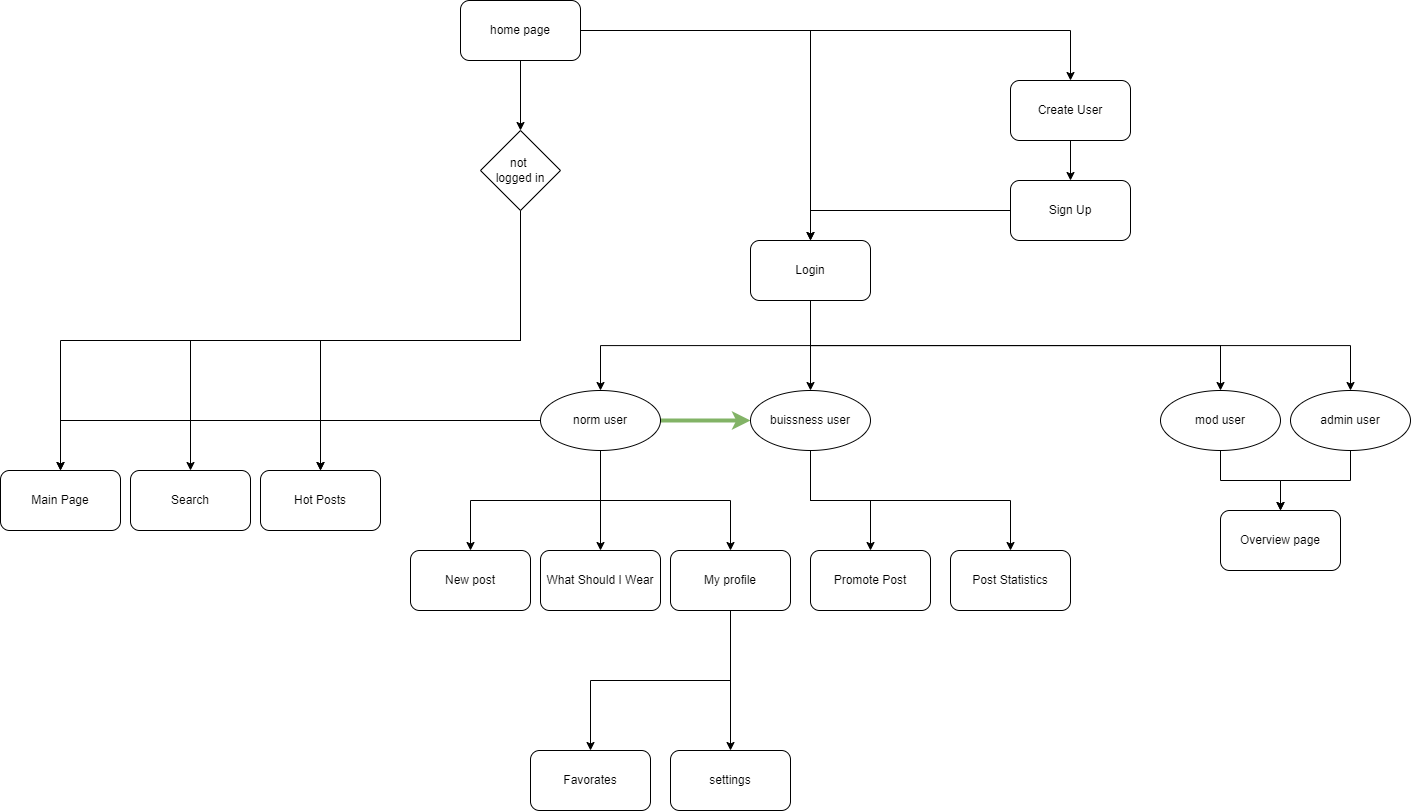
Before: Flow chart.drawio.png, a diagram exported from draw.io (Vefthrounn-Verkefni/verkefna-repo). Source tidied: cells renumbered, new cells last; positions are measured from the earlier drawing's top-left corner, leaving out a move shared by most shapes.
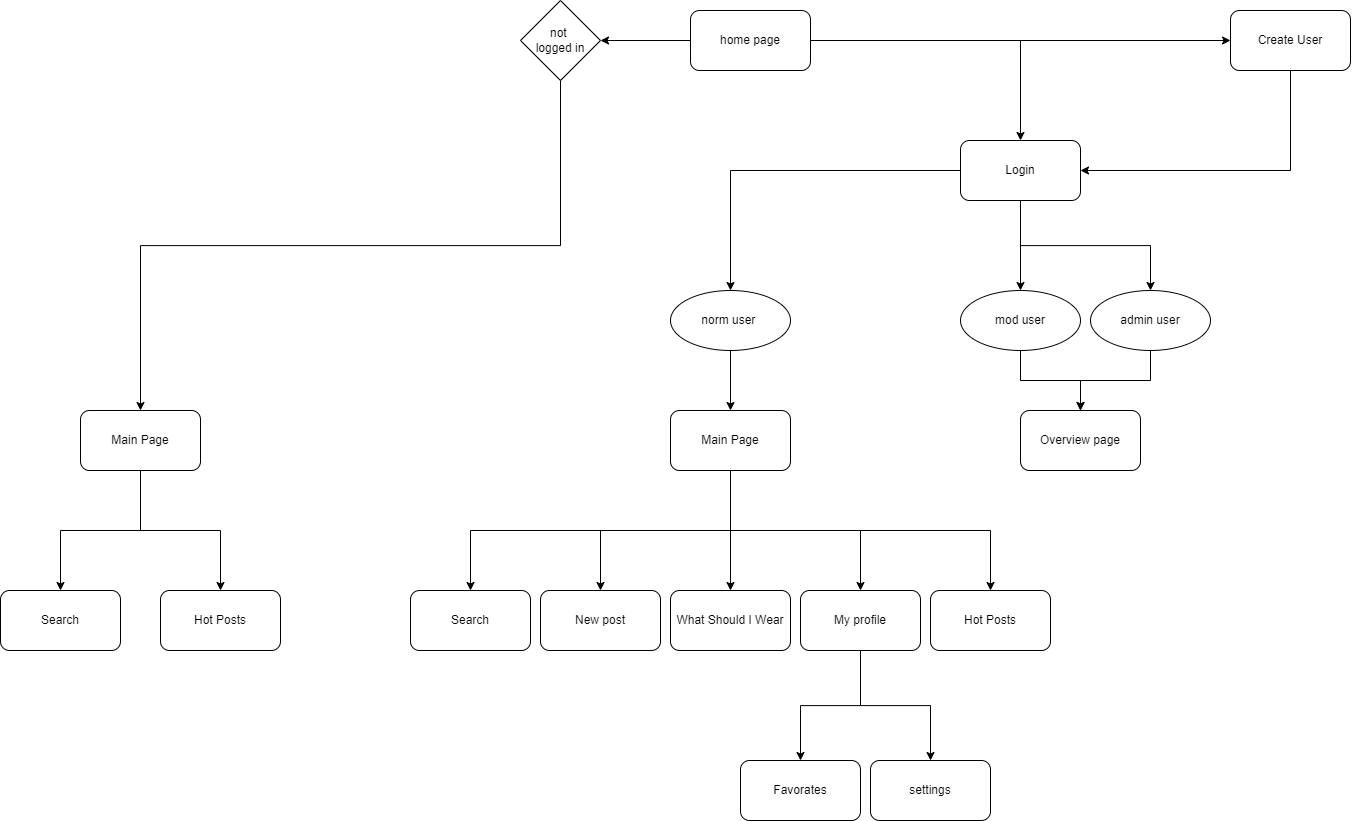
Later version of the same file.

Change to the diagram source:
```diff
@@ -5,101 +5,77 @@
     <mxCell id="2" style="edgeStyle=orthogonalEdgeStyle;rounded=0;jettySize=auto;html=1;exitX=0.5;exitY=1;exitDx=0;exitDy=0;" parent="1" edge="1" source="6" target="17">
       <mxGeometry relative="1" as="geometry" />
     </mxCell>
+    <mxCell id="5" style="edgeStyle=orthogonalEdgeStyle;rounded=0;jettySize=auto;html=1;exitX=0.5;exitY=1;exitDx=0;exitDy=0;" parent="1" edge="1" source="6" target="15">
+      <mxGeometry relative="1" as="geometry" />
+    </mxCell>
-    <mxCell id="3" style="edgeStyle=orthogonalEdgeStyle;rounded=0;jettySize=auto;html=1;exitX=0.5;exitY=1;exitDx=0;exitDy=0;entryX=0.5;entryY=0;entryDx=0;entryDy=0;" parent="1" edge="1" source="6" target="13">
+    <mxCell id="3" style="edgeStyle=orthogonalEdgeStyle;rounded=0;jettySize=auto;html=1;exitX=0;exitY=0.5;exitDx=0;exitDy=0;" parent="1" edge="1" source="6" target="13">
       <mxGeometry relative="1" as="geometry" />
     </mxCell>
-    <mxCell id="4" style="edgeStyle=orthogonalEdgeStyle;rounded=0;jettySize=auto;html=1;exitX=0.5;exitY=1;exitDx=0;exitDy=0;" parent="1" edge="1" source="6" target="40">
-      <mxGeometry relative="1" as="geometry" />
-    </mxCell>
-    <mxCell id="5" style="edgeStyle=orthogonalEdgeStyle;rounded=0;jettySize=auto;html=1;exitX=0.5;exitY=1;exitDx=0;exitDy=0;" parent="1" edge="1" source="6" target="15">
-      <mxGeometry relative="1" as="geometry" />
-    </mxCell>
     <mxCell id="6" value="Login" style="rounded=1;whiteSpace=wrap;html=1;" parent="1" vertex="1">
-      <mxGeometry x="750" y="240" width="120" height="60" as="geometry" />
+      <mxGeometry x="730" y="130" width="120" height="60" as="geometry" />
     </mxCell>
-    <mxCell id="7" style="edgeStyle=orthogonalEdgeStyle;rounded=0;jettySize=auto;html=1;exitX=0;exitY=0.5;exitDx=0;exitDy=0;entryX=0.5;entryY=0;entryDx=0;entryDy=0;" parent="1" edge="1" source="13" target="28">
-      <mxGeometry relative="1" as="geometry" />
-    </mxCell>
-    <mxCell id="8" style="edgeStyle=orthogonalEdgeStyle;rounded=0;jettySize=auto;html=1;exitX=0;exitY=0.5;exitDx=0;exitDy=0;entryX=0.5;entryY=0;entryDx=0;entryDy=0;" parent="1" edge="1" source="13" target="26">
-      <mxGeometry relative="1" as="geometry" />
-    </mxCell>
-    <mxCell id="9" style="edgeStyle=orthogonalEdgeStyle;rounded=0;jettySize=auto;html=1;exitX=0.5;exitY=1;exitDx=0;exitDy=0;" parent="1" edge="1" source="13" target="34">
-      <mxGeometry relative="1" as="geometry" />
-    </mxCell>
-    <mxCell id="10" style="edgeStyle=orthogonalEdgeStyle;rounded=0;jettySize=auto;html=1;exitX=0.5;exitY=1;exitDx=0;exitDy=0;entryX=0.5;entryY=0;entryDx=0;entryDy=0;" parent="1" edge="1" source="13" target="33">
-      <mxGeometry relative="1" as="geometry" />
-    </mxCell>
-    <mxCell id="11" style="edgeStyle=orthogonalEdgeStyle;rounded=0;jettySize=auto;html=1;exitX=0.5;exitY=1;exitDx=0;exitDy=0;entryX=0.5;entryY=0;entryDx=0;entryDy=0;" parent="1" edge="1" source="13" target="37">
-      <mxGeometry relative="1" as="geometry" />
-    </mxCell>
-    <mxCell id="12" style="edgeStyle=orthogonalEdgeStyle;rounded=0;jettySize=auto;html=1;exitX=1;exitY=0.5;exitDx=0;exitDy=0;entryX=0;entryY=0.5;entryDx=0;entryDy=0;fillColor=#d5e8d4;strokeColor=#82b366;strokeWidth=4;" parent="1" edge="1" source="13" target="40">
-      <mxGeometry relative="1" as="geometry" />
-    </mxCell>
+    <mxCell id="46" style="edgeStyle=orthogonalEdgeStyle;rounded=0;jettySize=auto;html=1;exitX=0.5;exitY=1;exitDx=0;exitDy=0;entryX=0.5;entryY=0;entryDx=0;entryDy=0;" parent="1" edge="1" source="13" target="55">
+      <mxGeometry relative="1" as="geometry" />
+    </mxCell>
-    <mxCell id="13" value="norm user" style="ellipse;whiteSpace=wrap;html=1;fontFamily=Helvetica;fontSize=12;fontColor=#000000;align=center;strokeColor=#000000;fillColor=#ffffff;" parent="1" vertex="1">
-      <mxGeometry x="540" y="390" width="120" height="60" as="geometry" />
+    <mxCell id="13" value="norm user&amp;nbsp;&lt;br&gt;" style="ellipse;whiteSpace=wrap;html=1;fontFamily=Helvetica;fontSize=12;fontColor=#000000;align=center;strokeColor=#000000;fillColor=#ffffff;" parent="1" vertex="1">
+      <mxGeometry x="440" y="280" width="120" height="60" as="geometry" />
     </mxCell>
     <mxCell id="14" style="edgeStyle=orthogonalEdgeStyle;rounded=0;jettySize=auto;html=1;exitX=0.5;exitY=1;exitDx=0;exitDy=0;entryX=0.5;entryY=0;entryDx=0;entryDy=0;" parent="1" edge="1" source="15" target="45">
       <mxGeometry relative="1" as="geometry" />
     </mxCell>
     <mxCell id="15" value="admin user" style="ellipse;whiteSpace=wrap;html=1;fontFamily=Helvetica;fontSize=12;fontColor=#000000;align=center;strokeColor=#000000;fillColor=#ffffff;" parent="1" vertex="1">
-      <mxGeometry x="1290" y="390" width="120" height="60" as="geometry" />
+      <mxGeometry x="860" y="280" width="120" height="60" as="geometry" />
     </mxCell>
     <mxCell id="16" style="edgeStyle=orthogonalEdgeStyle;rounded=0;jettySize=auto;html=1;exitX=0.5;exitY=1;exitDx=0;exitDy=0;entryX=0.5;entryY=0;entryDx=0;entryDy=0;" parent="1" edge="1" source="17" target="45">
       <mxGeometry relative="1" as="geometry" />
     </mxCell>
     <mxCell id="17" value="mod user" style="ellipse;whiteSpace=wrap;html=1;fontFamily=Helvetica;fontSize=12;fontColor=#000000;align=center;strokeColor=#000000;fillColor=#ffffff;" parent="1" vertex="1">
-      <mxGeometry x="1160" y="390" width="120" height="60" as="geometry" />
+      <mxGeometry x="730" y="280" width="120" height="60" as="geometry" />
     </mxCell>
-    <mxCell id="18" style="edgeStyle=orthogonalEdgeStyle;rounded=0;jettySize=auto;html=1;exitX=0.5;exitY=1;exitDx=0;exitDy=0;entryX=0.5;entryY=0;entryDx=0;entryDy=0;" parent="1" edge="1" source="19" target="21">
-      <mxGeometry relative="1" as="geometry" />
-    </mxCell>
+    <mxCell id="47" style="edgeStyle=orthogonalEdgeStyle;rounded=0;jettySize=auto;html=1;exitX=0.5;exitY=1;exitDx=0;exitDy=0;entryX=1;entryY=0.5;entryDx=0;entryDy=0;" parent="1" edge="1" source="19" target="6">
+      <mxGeometry relative="1" as="geometry" />
+    </mxCell>
     <mxCell id="19" value="Create User" style="rounded=1;whiteSpace=wrap;html=1;" parent="1" vertex="1">
-      <mxGeometry x="1010" y="80" width="120" height="60" as="geometry" />
+      <mxGeometry x="1000" width="120" height="60" as="geometry" />
     </mxCell>
-    <mxCell id="20" style="edgeStyle=orthogonalEdgeStyle;rounded=0;jettySize=auto;html=1;exitX=0;exitY=0.5;exitDx=0;exitDy=0;entryX=0.5;entryY=0;entryDx=0;entryDy=0;" parent="1" edge="1" source="21" target="6">
-      <mxGeometry relative="1" as="geometry" />
-    </mxCell>
-    <mxCell id="21" value="Sign Up" style="rounded=1;whiteSpace=wrap;html=1;" parent="1" vertex="1">
-      <mxGeometry x="1010" y="180" width="120" height="60" as="geometry" />
-    </mxCell>
     <mxCell id="22" style="edgeStyle=orthogonalEdgeStyle;rounded=0;jettySize=auto;html=1;exitX=1;exitY=0.5;exitDx=0;exitDy=0;entryX=0.5;entryY=0;entryDx=0;entryDy=0;" parent="1" edge="1" source="25" target="6">
       <mxGeometry relative="1" as="geometry" />
     </mxCell>
     <mxCell id="23" style="edgeStyle=orthogonalEdgeStyle;rounded=0;jettySize=auto;html=1;exitX=1;exitY=0.5;exitDx=0;exitDy=0;" parent="1" edge="1" source="25" target="19">
       <mxGeometry relative="1" as="geometry" />
     </mxCell>
-    <mxCell id="24" style="edgeStyle=orthogonalEdgeStyle;rounded=0;jettySize=auto;html=1;exitX=0.5;exitY=1;exitDx=0;exitDy=0;entryX=0.5;entryY=0;entryDx=0;entryDy=0;" parent="1" edge="1" source="25" target="32">
+    <mxCell id="24" style="edgeStyle=orthogonalEdgeStyle;rounded=0;jettySize=auto;html=1;exitX=0;exitY=0.5;exitDx=0;exitDy=0;entryX=1;entryY=0.5;entryDx=0;entryDy=0;" parent="1" edge="1" source="25" target="32">
       <mxGeometry relative="1" as="geometry" />
     </mxCell>
     <mxCell id="25" value="home page" style="rounded=1;whiteSpace=wrap;html=1;" parent="1" vertex="1">
       <mxGeometry x="460" width="120" height="60" as="geometry" />
     </mxCell>
+    <mxCell id="48" style="edgeStyle=orthogonalEdgeStyle;rounded=0;jettySize=auto;html=1;exitX=0.5;exitY=1;exitDx=0;exitDy=0;entryX=0.5;entryY=0;entryDx=0;entryDy=0;" parent="1" edge="1" source="26" target="28">
+      <mxGeometry relative="1" as="geometry" />
+    </mxCell>
+    <mxCell id="49" style="edgeStyle=orthogonalEdgeStyle;rounded=0;jettySize=auto;html=1;exitX=0.5;exitY=1;exitDx=0;exitDy=0;" parent="1" edge="1" source="26" target="27">
+      <mxGeometry relative="1" as="geometry" />
+    </mxCell>
     <mxCell id="26" value="Main Page" style="rounded=1;whiteSpace=wrap;html=1;" parent="1" vertex="1">
-      <mxGeometry y="470" width="120" height="60" as="geometry" />
+      <mxGeometry x="-150" y="400" width="120" height="60" as="geometry" />
     </mxCell>
     <mxCell id="27" value="Search" style="rounded=1;whiteSpace=wrap;html=1;" parent="1" vertex="1">
-      <mxGeometry x="130" y="470" width="120" height="60" as="geometry" />
+      <mxGeometry x="-230" y="580" width="120" height="60" as="geometry" />
     </mxCell>
     <mxCell id="28" value="Hot Posts" style="rounded=1;whiteSpace=wrap;html=1;" parent="1" vertex="1">
-      <mxGeometry x="260" y="470" width="120" height="60" as="geometry" />
+      <mxGeometry x="-70" y="580" width="120" height="60" as="geometry" />
     </mxCell>
     <mxCell id="29" style="edgeStyle=orthogonalEdgeStyle;rounded=0;jettySize=auto;html=1;exitX=0.5;exitY=1;exitDx=0;exitDy=0;entryX=0.5;entryY=0;entryDx=0;entryDy=0;" parent="1" edge="1" source="32" target="26">
       <mxGeometry relative="1" as="geometry" />
     </mxCell>
-    <mxCell id="30" style="edgeStyle=orthogonalEdgeStyle;rounded=0;jettySize=auto;html=1;exitX=0.5;exitY=1;exitDx=0;exitDy=0;" parent="1" edge="1" source="32" target="27">
-      <mxGeometry relative="1" as="geometry" />
-    </mxCell>
-    <mxCell id="31" style="edgeStyle=orthogonalEdgeStyle;rounded=0;jettySize=auto;html=1;exitX=0.5;exitY=1;exitDx=0;exitDy=0;entryX=0.5;entryY=0;entryDx=0;entryDy=0;" parent="1" edge="1" source="32" target="28">
-      <mxGeometry relative="1" as="geometry" />
-    </mxCell>
     <mxCell id="32" value="not &lt;br&gt;logged in" style="rhombus;whiteSpace=wrap;html=1;" parent="1" vertex="1">
-      <mxGeometry x="480" y="130" width="80" height="80" as="geometry" />
+      <mxGeometry x="290" y="-10" width="80" height="80" as="geometry" />
     </mxCell>
     <mxCell id="33" value="New post" style="rounded=1;whiteSpace=wrap;html=1;" parent="1" vertex="1">
-      <mxGeometry x="410" y="550" width="120" height="60" as="geometry" />
+      <mxGeometry x="310" y="580" width="120" height="60" as="geometry" />
     </mxCell>
     <mxCell id="34" value="What Should I Wear" style="rounded=1;whiteSpace=wrap;html=1;" parent="1" vertex="1">
-      <mxGeometry x="540" y="550" width="120" height="60" as="geometry" />
+      <mxGeometry x="440" y="580" width="120" height="60" as="geometry" />
     </mxCell>
     <mxCell id="35" style="edgeStyle=orthogonalEdgeStyle;rounded=0;jettySize=auto;html=1;exitX=0.5;exitY=1;exitDx=0;exitDy=0;entryX=0.5;entryY=0;entryDx=0;entryDy=0;" parent="1" edge="1" source="37" target="43">
       <mxGeometry relative="1" as="geometry" />
@@ -108,31 +84,40 @@
       <mxGeometry relative="1" as="geometry" />
     </mxCell>
     <mxCell id="37" value="My profile" style="rounded=1;whiteSpace=wrap;html=1;" parent="1" vertex="1">
-      <mxGeometry x="670" y="550" width="120" height="60" as="geometry" />
+      <mxGeometry x="570" y="580" width="120" height="60" as="geometry" />
     </mxCell>
-    <mxCell id="38" style="edgeStyle=orthogonalEdgeStyle;rounded=0;jettySize=auto;html=1;exitX=0.5;exitY=1;exitDx=0;exitDy=0;entryX=0.5;entryY=0;entryDx=0;entryDy=0;" parent="1" edge="1" source="40" target="41">
-      <mxGeometry relative="1" as="geometry" />
-    </mxCell>
-    <mxCell id="39" style="edgeStyle=orthogonalEdgeStyle;rounded=0;jettySize=auto;html=1;exitX=0.5;exitY=1;exitDx=0;exitDy=0;entryX=0.5;entryY=0;entryDx=0;entryDy=0;" parent="1" edge="1" source="40" target="42">
-      <mxGeometry relative="1" as="geometry" />
-    </mxCell>
-    <mxCell id="40" value="buissness user" style="ellipse;whiteSpace=wrap;html=1;fontFamily=Helvetica;fontSize=12;fontColor=#000000;align=center;strokeColor=#000000;fillColor=#ffffff;" parent="1" vertex="1">
-      <mxGeometry x="750" y="390" width="120" height="60" as="geometry" />
-    </mxCell>
-    <mxCell id="41" value="Promote Post" style="rounded=1;whiteSpace=wrap;html=1;" parent="1" vertex="1">
-      <mxGeometry x="810" y="550" width="120" height="60" as="geometry" />
-    </mxCell>
-    <mxCell id="42" value="Post Statistics" style="rounded=1;whiteSpace=wrap;html=1;" parent="1" vertex="1">
-      <mxGeometry x="950" y="550" width="120" height="60" as="geometry" />
-    </mxCell>
     <mxCell id="43" value="Favorates" style="rounded=1;whiteSpace=wrap;html=1;" parent="1" vertex="1">
-      <mxGeometry x="530" y="750" width="120" height="60" as="geometry" />
+      <mxGeometry x="510" y="750" width="120" height="60" as="geometry" />
     </mxCell>
     <mxCell id="44" value="settings" style="rounded=1;whiteSpace=wrap;html=1;" parent="1" vertex="1">
-      <mxGeometry x="670" y="750" width="120" height="60" as="geometry" />
+      <mxGeometry x="640" y="750" width="120" height="60" as="geometry" />
     </mxCell>
     <mxCell id="45" value="Overview page" style="rounded=1;whiteSpace=wrap;html=1;" parent="1" vertex="1">
-      <mxGeometry x="1220" y="510" width="120" height="60" as="geometry" />
+      <mxGeometry x="790" y="400" width="120" height="60" as="geometry" />
     </mxCell>
+    <mxCell id="50" style="edgeStyle=orthogonalEdgeStyle;rounded=0;jettySize=auto;html=1;exitX=0.5;exitY=1;exitDx=0;exitDy=0;" parent="1" edge="1" source="55" target="56">
+      <mxGeometry relative="1" as="geometry" />
+    </mxCell>
+    <mxCell id="51" style="edgeStyle=orthogonalEdgeStyle;rounded=0;jettySize=auto;html=1;exitX=0.5;exitY=1;exitDx=0;exitDy=0;" parent="1" edge="1" source="55" target="33">
+      <mxGeometry relative="1" as="geometry" />
+    </mxCell>
+    <mxCell id="52" style="edgeStyle=orthogonalEdgeStyle;rounded=0;jettySize=auto;html=1;exitX=0.5;exitY=1;exitDx=0;exitDy=0;entryX=0.5;entryY=0;entryDx=0;entryDy=0;" parent="1" edge="1" source="55" target="34">
+      <mxGeometry relative="1" as="geometry" />
+    </mxCell>
+    <mxCell id="53" style="edgeStyle=orthogonalEdgeStyle;rounded=0;jettySize=auto;html=1;exitX=0.5;exitY=1;exitDx=0;exitDy=0;entryX=0.5;entryY=0;entryDx=0;entryDy=0;" parent="1" edge="1" source="55" target="37">
+      <mxGeometry relative="1" as="geometry" />
+    </mxCell>
+    <mxCell id="54" style="edgeStyle=orthogonalEdgeStyle;rounded=0;jettySize=auto;html=1;exitX=0.5;exitY=1;exitDx=0;exitDy=0;" parent="1" edge="1" source="55" target="57">
+      <mxGeometry relative="1" as="geometry" />
+    </mxCell>
+    <mxCell id="55" value="Main Page" style="rounded=1;whiteSpace=wrap;html=1;" parent="1" vertex="1">
+      <mxGeometry x="440" y="400" width="120" height="60" as="geometry" />
+    </mxCell>
+    <mxCell id="56" value="Search" style="rounded=1;whiteSpace=wrap;html=1;" parent="1" vertex="1">
+      <mxGeometry x="180" y="580" width="120" height="60" as="geometry" />
+    </mxCell>
+    <mxCell id="57" value="Hot Posts" style="rounded=1;whiteSpace=wrap;html=1;" parent="1" vertex="1">
+      <mxGeometry x="700" y="580" width="120" height="60" as="geometry" />
+    </mxCell>
   </root>
 </mxGraphModel>
```
